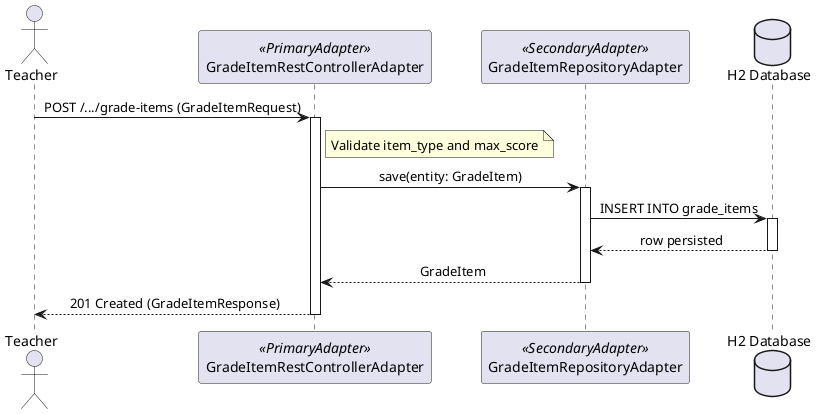
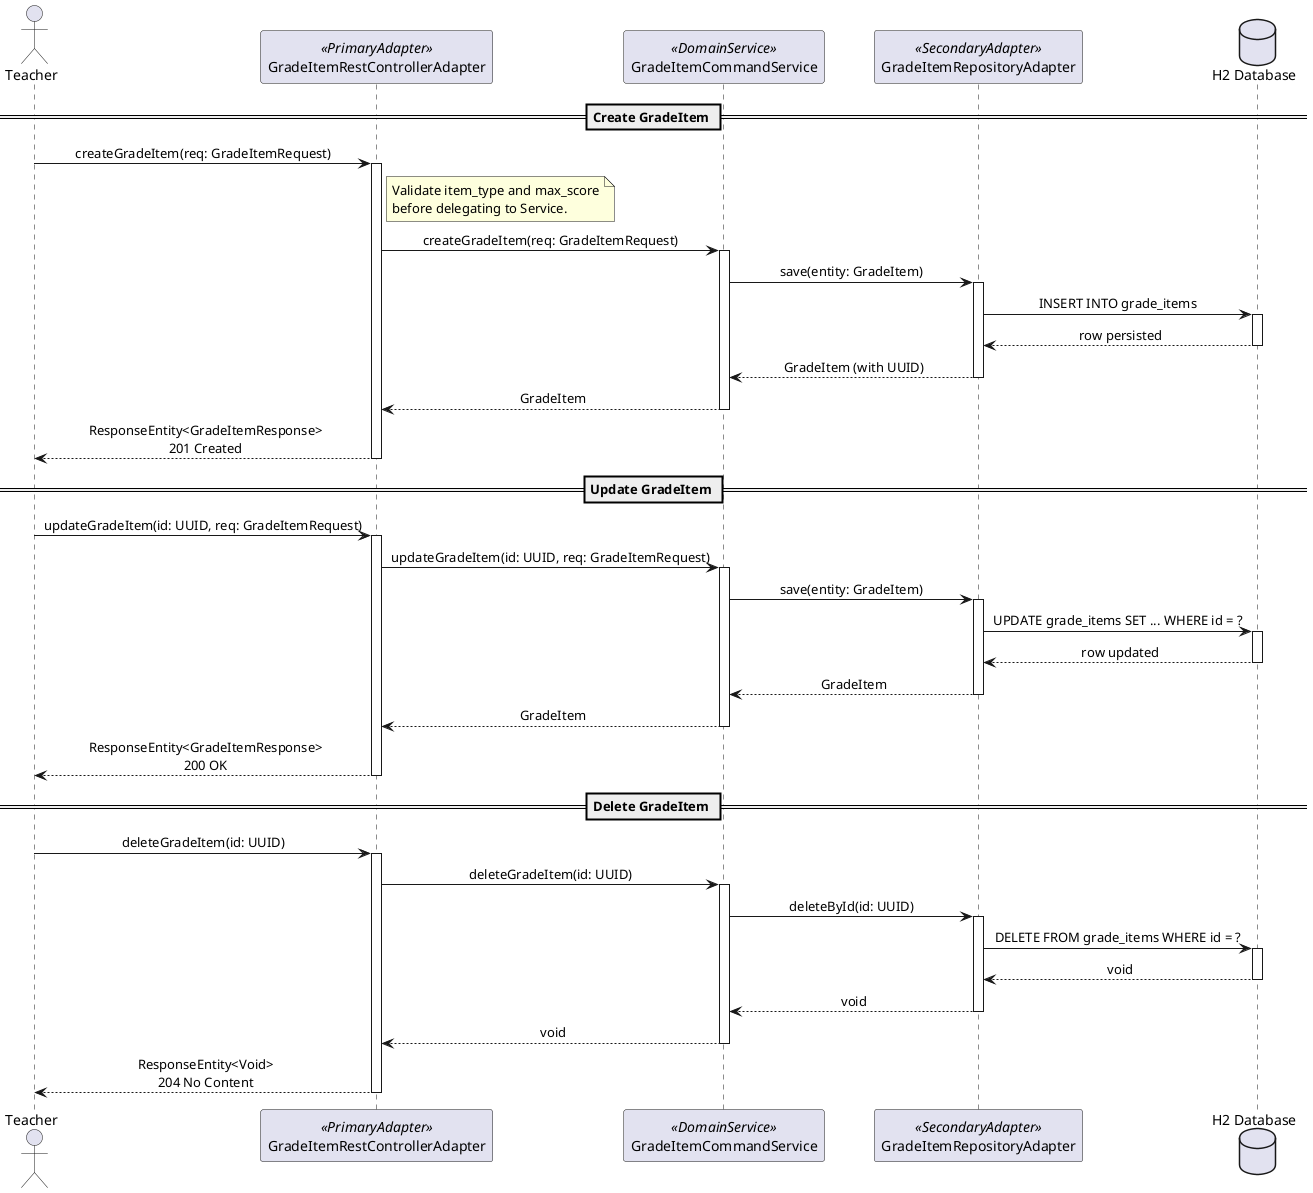
@startuml user-grade-item-create
!pragma layout smetana
skinparam backgroundColor #FFFFFF
skinparam sequence {
    ParticipantPadding 20
    MessageAlign center
}

+ ' ── 對應契約: grade_item_contract.puml ───────────────────────────────────────
+ ' RestController → CommandService/QueryService → Repository
+ ' Primary Adapter 不得直接呼叫 Secondary Adapter (Hexagonal Integrity)
+ 
actor "Teacher" as U
participant "GradeItemRestControllerAdapter" as PA <<PrimaryAdapter>>
+ participant "GradeItemCommandService" as CS <<DomainService>>
participant "GradeItemRepositoryAdapter" as SA <<SecondaryAdapter>>
database "H2 Database" as DB

- U -> PA : POST /.../grade-items (GradeItemRequest)
+ == Create GradeItem ==
+ U -> PA : createGradeItem(req: GradeItemRequest)
activate PA

note right of PA
  Validate item_type and max_score
+   before delegating to Service.
end note

- PA -> SA : save(entity: GradeItem)
+ PA -> CS : createGradeItem(req: GradeItemRequest)
+ activate CS
+ 
+ CS -> SA : save(entity: GradeItem)
activate SA
- 
SA -> DB : INSERT INTO grade_items
activate DB
DB --> SA : row persisted
deactivate DB
- 
- SA --> PA : GradeItem
+ SA --> CS : GradeItem (with UUID)
deactivate SA

- PA --> U : 201 Created (GradeItemResponse)
+ CS --> PA : GradeItem
+ deactivate CS
+ 
+ PA --> U : ResponseEntity<GradeItemResponse>\n201 Created
+ deactivate PA
+ 
+ == Update GradeItem ==
+ U -> PA : updateGradeItem(id: UUID, req: GradeItemRequest)
+ activate PA
+ 
+ PA -> CS : updateGradeItem(id: UUID, req: GradeItemRequest)
+ activate CS
+ 
+ CS -> SA : save(entity: GradeItem)
+ activate SA
+ SA -> DB : UPDATE grade_items SET ... WHERE id = ?
+ activate DB
+ DB --> SA : row updated
+ deactivate DB
+ SA --> CS : GradeItem
+ deactivate SA
+ 
+ CS --> PA : GradeItem
+ deactivate CS
+ 
+ PA --> U : ResponseEntity<GradeItemResponse>\n200 OK
+ deactivate PA
+ 
+ == Delete GradeItem ==
+ U -> PA : deleteGradeItem(id: UUID)
+ activate PA
+ 
+ PA -> CS : deleteGradeItem(id: UUID)
+ activate CS
+ 
+ CS -> SA : deleteById(id: UUID)
+ activate SA
+ SA -> DB : DELETE FROM grade_items WHERE id = ?
+ activate DB
+ DB --> SA : void
+ deactivate DB
+ SA --> CS : void
+ deactivate SA
+ 
+ CS --> PA : void
+ deactivate CS
+ 
+ PA --> U : ResponseEntity<Void>\n204 No Content
deactivate PA

@enduml
